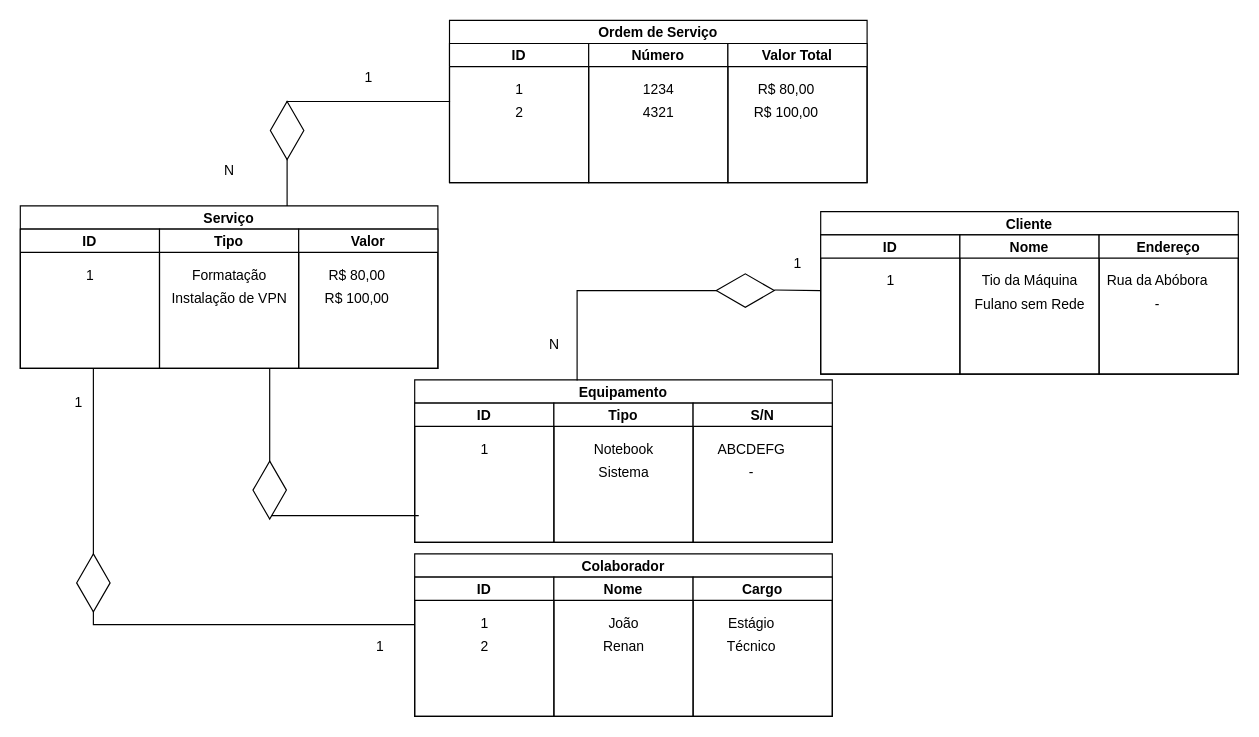
This is Untitled Diagram.drawio from jaohenriq/bancodedados, a draw.io file, before an edit. Source tidied: cells renumbered, new cells numbered last; positions are measured from the earlier drawing's top-left corner, leaving out a move shared by most shapes. Both pictures are drawn from the tidied source at 116%, with x=0, y=0 at pixel (20, 20).
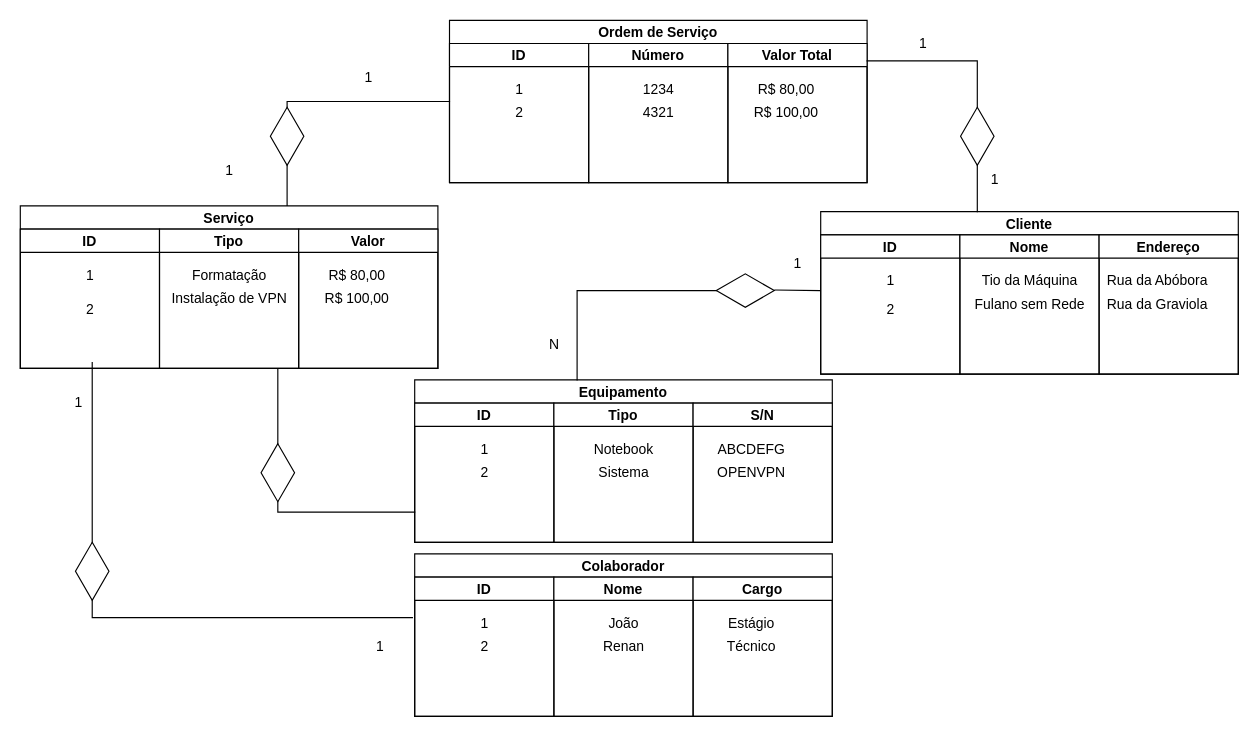
The same page after the edit.

Unchanged cells that the change refers to:
```xml
<mxCell id="32" value="S/N" style="swimlane;startSize=20;" parent="26" vertex="1">
  <mxGeometry x="240" y="20" width="120" height="120" as="geometry" />
</mxCell>
<mxCell id="41" value="Endereço" style="swimlane;startSize=20;" parent="35" vertex="1">
  <mxGeometry x="240" y="20" width="120" height="120" as="geometry" />
</mxCell>
```

Diff of the diagram source:
```diff
@@
+    <mxCell id="56" style="shape=partialRectangle;whiteSpace=wrap;html=1;bottom=0;right=0;fillColor=none;rotation=-90;" parent="1" vertex="1">
+      <mxGeometry x="90" y="267" width="220" height="276" as="geometry" />
+    </mxCell>
@@
     <mxCell id="3" style="shape=partialRectangle;whiteSpace=wrap;html=1;bottom=0;right=0;fillColor=none;rotation=-90;" parent="1" vertex="1">
-      <mxGeometry x="216" y="300" width="126" height="128" as="geometry" />
+      <mxGeometry x="219.5" y="303.5" width="123" height="118" as="geometry" />
     </mxCell>
@@
     <mxCell id="5" style="html=1;whiteSpace=wrap;shape=isoRectangle;direction=south;" parent="1" vertex="1">
-      <mxGeometry x="200" y="380" width="30" height="50" as="geometry" />
+      <mxGeometry x="207" y="365" width="30" height="50" as="geometry" />
     </mxCell>
     <mxCell id="6" style="html=1;whiteSpace=wrap;shape=isoRectangle;direction=south;" parent="1" vertex="1">
-      <mxGeometry x="215" y="70" width="30" height="50" as="geometry" />
+      <mxGeometry x="215" y="75" width="30" height="50" as="geometry" />
     </mxCell>
@@
-    <mxCell id="34" value="-" style="text;html=1;align=center;verticalAlign=middle;strokeColor=none;fillColor=none;" parent="32" vertex="1">
-      <mxGeometry x="40" y="50" width="20" height="20" as="geometry" />
+    <mxCell id="34" value="OPENVPN" style="text;html=1;align=center;verticalAlign=middle;strokeColor=none;fillColor=none;" parent="32" vertex="1">
+      <mxGeometry x="15" y="50" width="70" height="20" as="geometry" />
     </mxCell>
@@
-    <mxCell id="43" value="-" style="text;html=1;align=center;verticalAlign=middle;strokeColor=none;fillColor=none;" parent="41" vertex="1">
-      <mxGeometry x="40" y="50" width="20" height="20" as="geometry" />
+    <mxCell id="43" value="Rua da Graviola" style="text;html=1;align=center;verticalAlign=middle;strokeColor=none;fillColor=none;" parent="41" vertex="1">
+      <mxGeometry y="50" width="100" height="20" as="geometry" />
     </mxCell>
@@
-    <mxCell id="56" style="shape=partialRectangle;whiteSpace=wrap;html=1;bottom=0;right=0;fillColor=none;rotation=-90;" parent="1" vertex="1">
-      <mxGeometry x="91" y="273" width="220" height="276" as="geometry" />
-    </mxCell>
     <mxCell id="57" style="html=1;whiteSpace=wrap;shape=isoRectangle;direction=south;" parent="1" vertex="1">
-      <mxGeometry x="48" y="460" width="30" height="50" as="geometry" />
+      <mxGeometry x="47" y="450" width="30" height="50" as="geometry" />
     </mxCell>
@@
-    <mxCell id="59" value="N" style="text;html=1;align=center;verticalAlign=middle;strokeColor=none;fillColor=none;" parent="1" vertex="1">
+    <mxCell id="59" value="1" style="text;html=1;align=center;verticalAlign=middle;strokeColor=none;fillColor=none;" parent="1" vertex="1">
       <mxGeometry x="170" y="120" width="20" height="20" as="geometry" />
     </mxCell>
@@
+    <mxCell id="64" value="2" style="text;html=1;align=center;verticalAlign=middle;strokeColor=none;fillColor=none;" parent="1" vertex="1">
+      <mxGeometry x="50" y="240" width="20" height="20" as="geometry" />
+    </mxCell>
+    <mxCell id="65" value="2" style="text;html=1;align=center;verticalAlign=middle;strokeColor=none;fillColor=none;" parent="1" vertex="1">
+      <mxGeometry x="740" y="240" width="20" height="20" as="geometry" />
+    </mxCell>
+    <mxCell id="66" value="2" style="text;html=1;align=center;verticalAlign=middle;strokeColor=none;fillColor=none;" parent="1" vertex="1">
+      <mxGeometry x="390" y="380" width="20" height="20" as="geometry" />
+    </mxCell>
+    <mxCell id="67" style="shape=partialRectangle;whiteSpace=wrap;html=1;bottom=0;right=0;fillColor=none;rotation=90;" parent="1" vertex="1">
+      <mxGeometry x="712.5" y="52.5" width="130" height="95" as="geometry" />
+    </mxCell>
+    <mxCell id="68" style="html=1;whiteSpace=wrap;shape=isoRectangle;direction=south;" parent="1" vertex="1">
+      <mxGeometry x="810" y="75" width="30" height="50" as="geometry" />
+    </mxCell>
+    <mxCell id="69" value="1" style="text;html=1;align=center;verticalAlign=middle;strokeColor=none;fillColor=none;" parent="1" vertex="1">
+      <mxGeometry x="767.5" y="10" width="20" height="20" as="geometry" />
+    </mxCell>
+    <mxCell id="70" value="1" style="text;html=1;align=center;verticalAlign=middle;strokeColor=none;fillColor=none;" parent="1" vertex="1">
+      <mxGeometry x="830" y="127.5" width="20" height="20" as="geometry" />
+    </mxCell>
```
